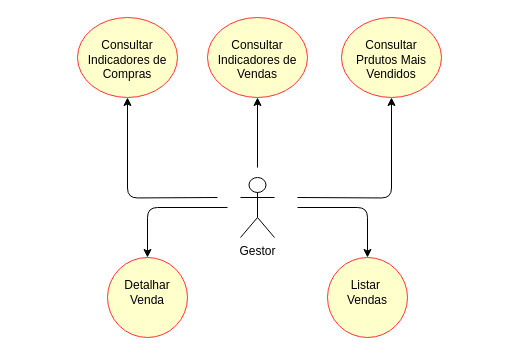
The draw.io diagram page "Gestor" (7 of 7) of projeto/documentacao/Diagrama de casos de uso.drawio in adjamirgalvao/pucminas, before the edit. Source tidied: cells renumbered, new cells numbered last; positions are measured from the earlier drawing's top-left corner, leaving out a move shared by most shapes. Both pictures are drawn from the tidied source at 100%, with x=0, y=0 at pixel (77, 17).
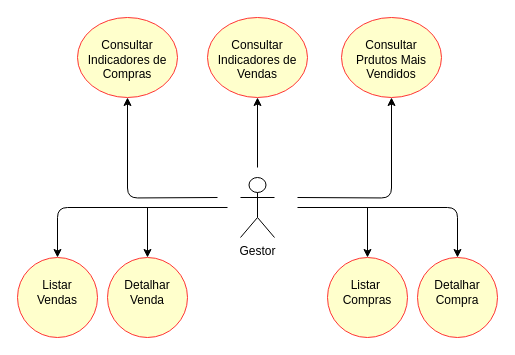
Above is the later version.

Diff of the diagram source:
```diff
@@
-    <mxCell id="10" value="&lt;br&gt;Listar&amp;nbsp;&lt;br&gt;Vendas" style="ellipse;whiteSpace=wrap;html=1;verticalAlign=top;fillColor=#FFFFCC;strokeColor=#FF3333;" parent="1" vertex="1">
+    <mxCell id="10" value="&lt;br&gt;Listar&amp;nbsp;&lt;br&gt;Compras" style="ellipse;whiteSpace=wrap;html=1;verticalAlign=top;fillColor=#FFFFCC;strokeColor=#FF3333;" parent="1" vertex="1">
       <mxGeometry x="250" y="240" width="80" height="80" as="geometry" />
     </mxCell>
-    <mxCell id="11" style="edgeStyle=orthogonalEdgeStyle;rounded=1;jumpStyle=arc;orthogonalLoop=1;jettySize=auto;html=1;startArrow=none;startFill=0;endArrow=classic;endFill=1;sourcePerimeterSpacing=5;targetPerimeterSpacing=11;" parent="1" edge="1">
+    <mxCell id="11" style="edgeStyle=orthogonalEdgeStyle;rounded=0;jumpStyle=arc;orthogonalLoop=1;jettySize=auto;html=1;startArrow=none;startFill=0;endArrow=classic;endFill=1;sourcePerimeterSpacing=5;targetPerimeterSpacing=11;" parent="1" edge="1">
       <mxGeometry relative="1" as="geometry">
         <mxPoint x="220" y="190" as="sourcePoint" />
         <mxPoint x="290" y="240" as="targetPoint" />
         <Array as="points">
           <mxPoint x="290" y="190" />
           <mxPoint x="290" y="240" />
         </Array>
       </mxGeometry>
     </mxCell>
-    <mxCell id="12" style="edgeStyle=orthogonalEdgeStyle;rounded=1;jumpStyle=arc;orthogonalLoop=1;jettySize=auto;html=1;startArrow=none;startFill=0;endArrow=classic;endFill=1;sourcePerimeterSpacing=5;targetPerimeterSpacing=11;" parent="1" edge="1">
+    <mxCell id="12" style="edgeStyle=orthogonalEdgeStyle;rounded=0;jumpStyle=arc;orthogonalLoop=1;jettySize=auto;html=1;startArrow=none;startFill=0;endArrow=classic;endFill=1;sourcePerimeterSpacing=5;targetPerimeterSpacing=11;" parent="1" edge="1">
       <mxGeometry relative="1" as="geometry">
         <mxPoint x="150" y="190" as="sourcePoint" />
         <mxPoint x="70" y="240" as="targetPoint" />
         <Array as="points">
           <mxPoint x="70" y="190" />
           <mxPoint x="70" y="240" />
         </Array>
       </mxGeometry>
     </mxCell>
+    <mxCell id="13" value="&lt;br&gt;Listar&lt;br&gt;Vendas" style="ellipse;whiteSpace=wrap;html=1;verticalAlign=top;fillColor=#FFFFCC;strokeColor=#FF3333;" parent="1" vertex="1">
+      <mxGeometry x="-60" y="240" width="80" height="80" as="geometry" />
+    </mxCell>
+    <mxCell id="14" style="edgeStyle=orthogonalEdgeStyle;rounded=1;jumpStyle=arc;orthogonalLoop=1;jettySize=auto;html=1;startArrow=none;startFill=0;endArrow=classic;endFill=1;sourcePerimeterSpacing=5;targetPerimeterSpacing=11;" parent="1" edge="1">
+      <mxGeometry relative="1" as="geometry">
+        <mxPoint x="90" y="190" as="sourcePoint" />
+        <mxPoint x="-20" y="240" as="targetPoint" />
+        <Array as="points">
+          <mxPoint x="-20" y="190" />
+          <mxPoint x="-20" y="240" />
+        </Array>
+      </mxGeometry>
+    </mxCell>
+    <mxCell id="15" style="edgeStyle=orthogonalEdgeStyle;rounded=1;jumpStyle=arc;orthogonalLoop=1;jettySize=auto;html=1;startArrow=none;startFill=0;endArrow=classic;endFill=1;sourcePerimeterSpacing=5;targetPerimeterSpacing=11;" parent="1" edge="1">
+      <mxGeometry relative="1" as="geometry">
+        <mxPoint x="270" y="190" as="sourcePoint" />
+        <mxPoint x="380" y="240" as="targetPoint" />
+        <Array as="points">
+          <mxPoint x="380" y="190" />
+          <mxPoint x="380" y="240" />
+        </Array>
+      </mxGeometry>
+    </mxCell>
+    <mxCell id="16" value="&lt;br&gt;Detalhar&lt;br&gt;Compra" style="ellipse;whiteSpace=wrap;html=1;verticalAlign=top;fillColor=#FFFFCC;strokeColor=#FF3333;" parent="1" vertex="1">
+      <mxGeometry x="340" y="240" width="80" height="80" as="geometry" />
+    </mxCell>
```
